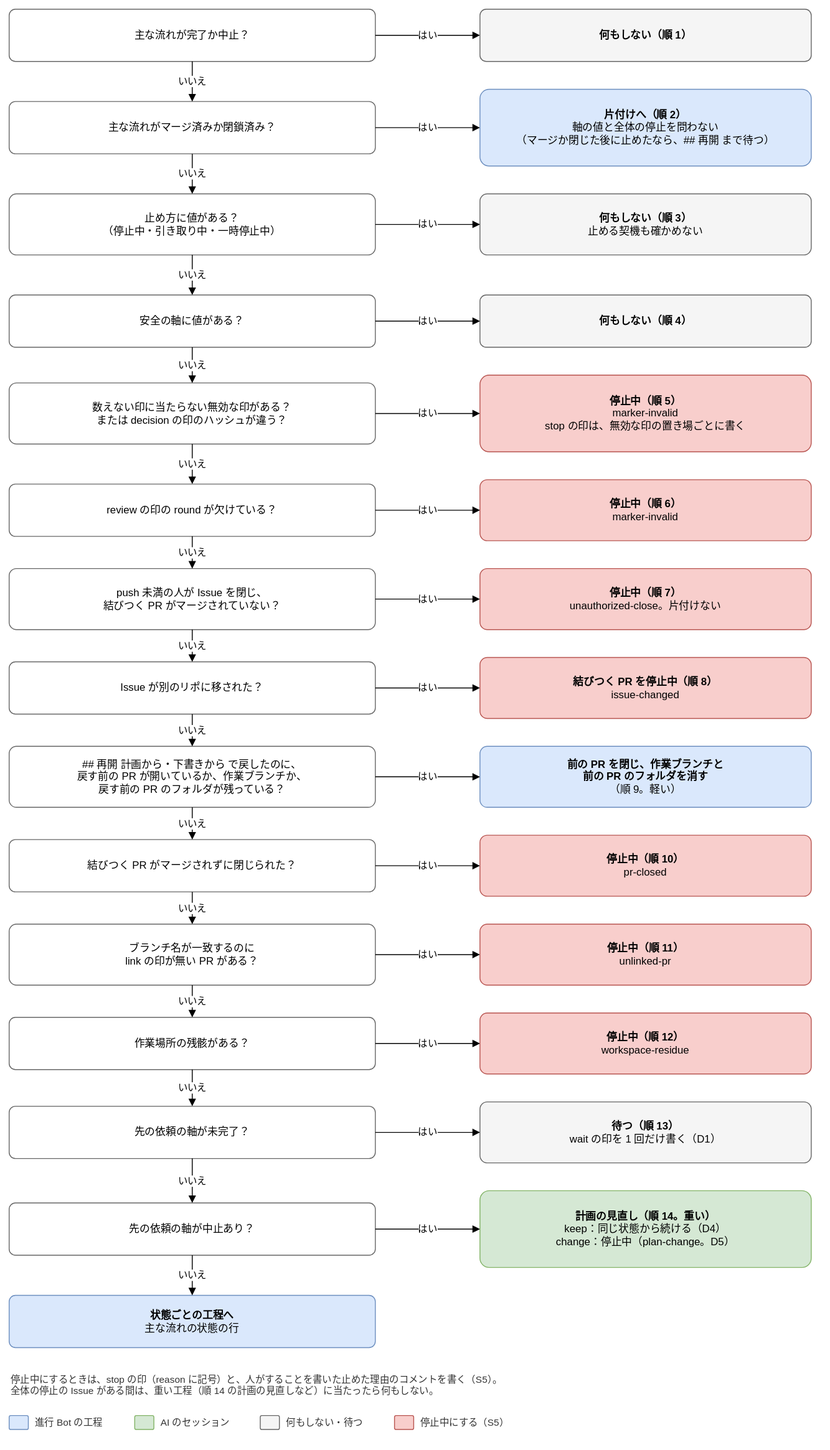
This is docs/design/basic/diagrams/02-next-step-stops.drawio.svg from Joymerrevent/dev-autopilot, a draw.io export, as it was before one commit. Source tidied: cells renumbered, new cells last; positions are measured from the earlier drawing's top-left corner, leaving out a move shared by most shapes.
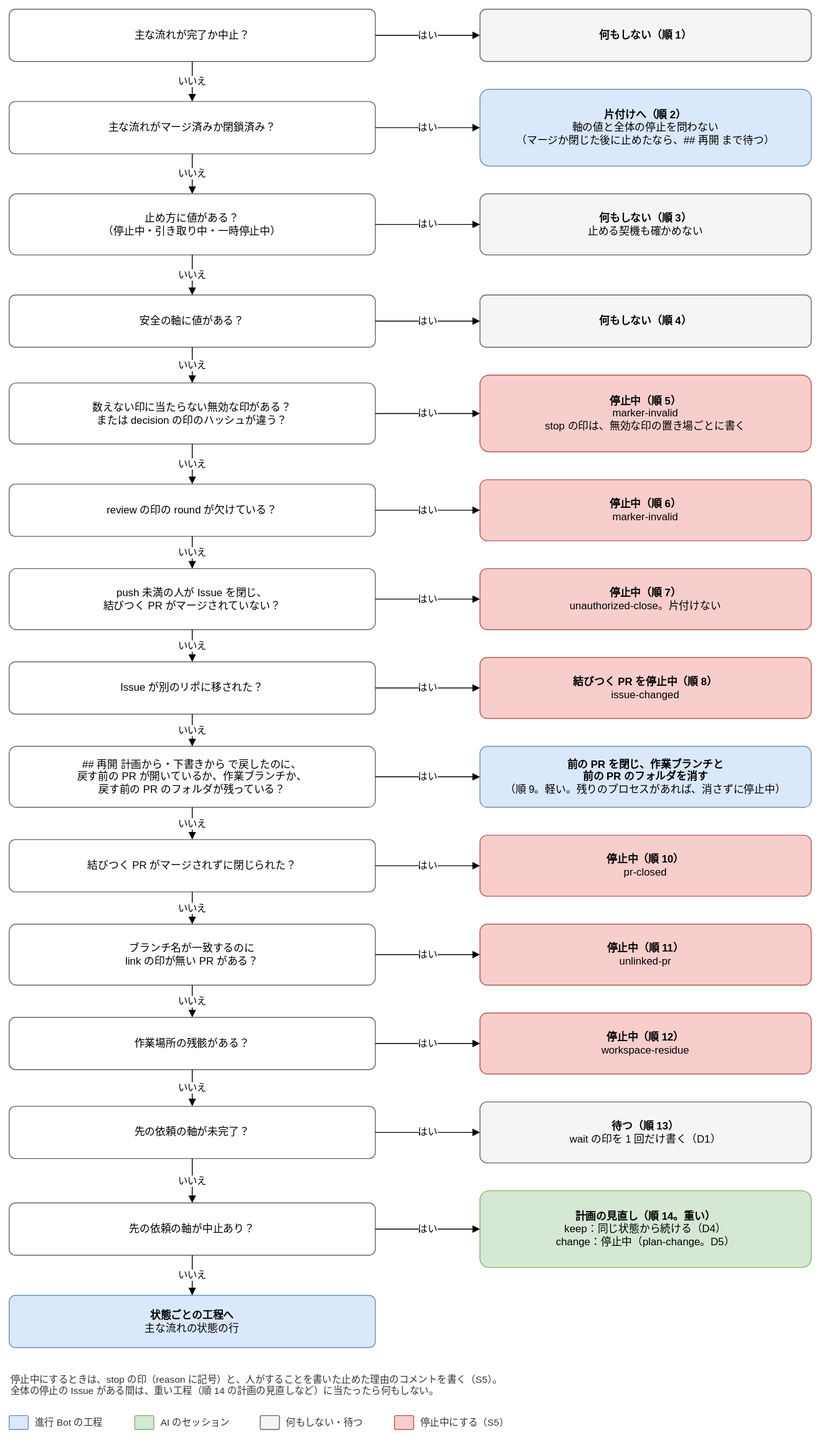
Later version of the same file.

What changed in the source:
```diff
@@ -98,7 +98,7 @@
     <mxCell id="33" value="## 再開 計画から・下書きから で戻したのに、&lt;br&gt;戻す前の PR が開いているか、作業ブランチか、&lt;br&gt;戻す前の PR のフォルダが残っている？" style="rounded=1;whiteSpace=wrap;html=1;fontSize=12;arcSize=12;spacing=12;fillColor=#ffffff;strokeColor=#666666;" parent="1" vertex="1">
       <mxGeometry y="846" width="420" height="70" as="geometry" />
     </mxCell>
-    <mxCell id="34" value="&lt;b&gt;前の PR を閉じ、作業ブランチと&lt;br&gt;前の PR のフォルダを消す&lt;/b&gt;&lt;br&gt;（順 9。軽い）" style="rounded=1;whiteSpace=wrap;html=1;fontSize=12;arcSize=12;spacing=12;fillColor=#dae8fc;strokeColor=#6c8ebf;" parent="1" vertex="1">
+    <mxCell id="34" value="&lt;b&gt;前の PR を閉じ、作業ブランチと&lt;br&gt;前の PR のフォルダを消す&lt;/b&gt;&lt;br&gt;（順 9。軽い。残りのプロセスがあれば、消さずに停止中）" style="rounded=1;whiteSpace=wrap;html=1;fontSize=12;arcSize=12;spacing=12;fillColor=#dae8fc;strokeColor=#6c8ebf;" parent="1" vertex="1">
       <mxGeometry x="540" y="846" width="380" height="70" as="geometry" />
     </mxCell>
     <mxCell id="35" value="はい" style="edgeStyle=orthogonalEdgeStyle;rounded=1;html=1;endArrow=block;endFill=1;fontSize=11;labelBackgroundColor=#ffffff;exitX=1;exitY=0.5;exitDx=0;exitDy=0;entryX=0;entryY=0.5;entryDx=0;entryDy=0;" parent="1" edge="1" source="33" target="34">
```
